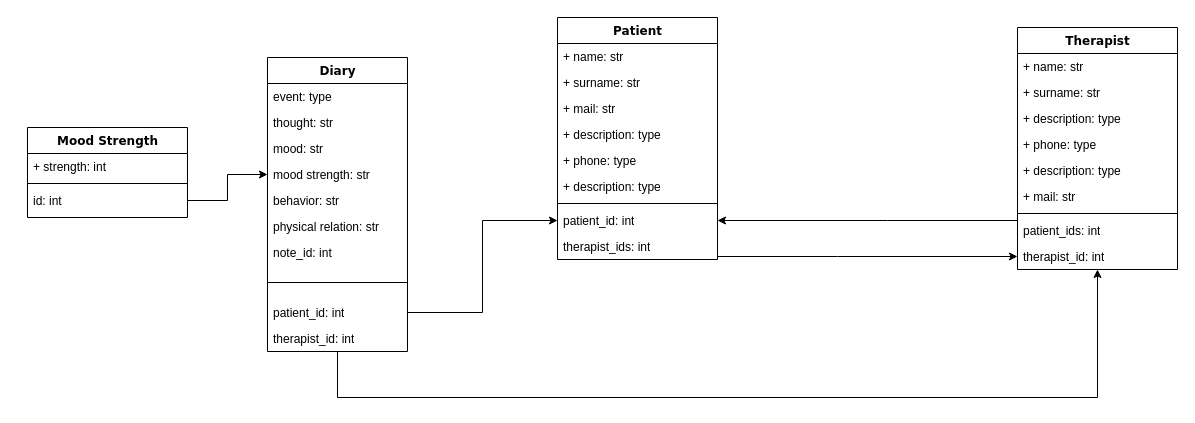
Before: Untitled Diagram.drawio in DmitryKutsev/mood-diary, a draw.io diagram. Source tidied: cells renumbered, new cells numbered last; positions are measured from the earlier drawing's top-left corner, leaving out a move shared by most shapes. Both pictures are drawn from the tidied source at 100%, with x=0, y=0 at pixel (27, 17).
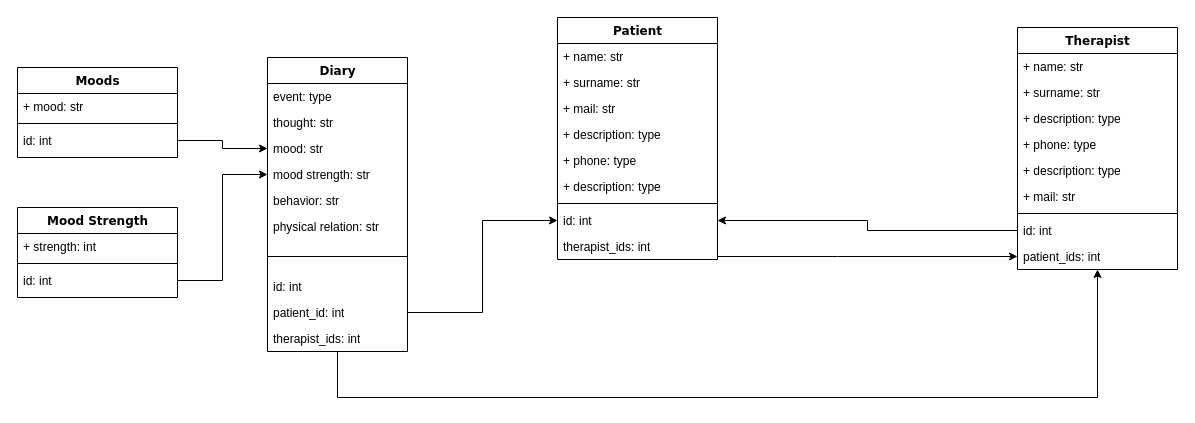
The same diagram, later.

Commit message:
Added Moods model and changed id fields

Unchanged cells that the change refers to:
```xml
<mxCell id="2" value="Diary" style="swimlane;html=1;fontStyle=1;align=center;verticalAlign=top;horizontal=1;startSize=26;swimlaneFillColor=#ffffff;rounded=0;shadow=0;comic=0;labelBackgroundColor=none;strokeWidth=1;fillColor=none;fontFamily=Verdana;fontSize=12;" parent="1" vertex="1">
  <mxGeometry x="240" y="40" width="140" height="294" as="geometry" />
</mxCell>
<mxCell id="5" value="mood: str" style="text;html=1;strokeColor=none;fillColor=none;align=left;verticalAlign=top;spacingLeft=4;spacingRight=4;whiteSpace=wrap;overflow=hidden;points=[[0,0.5],[1,0.5]];portConstraint=eastwest;" parent="2" vertex="1">
  <mxGeometry y="78" width="140" height="26" as="geometry" />
</mxCell>
<mxCell id="13" value="Patient" style="swimlane;html=1;fontStyle=1;align=center;verticalAlign=top;horizontal=1;startSize=26;swimlaneFillColor=#ffffff;rounded=0;shadow=0;comic=0;labelBackgroundColor=none;strokeWidth=1;fillColor=none;fontFamily=Verdana;fontSize=12;" parent="1" vertex="1">
  <mxGeometry x="530" width="160" height="242" as="geometry" />
</mxCell>
<mxCell id="22" value="therapist_ids: int" style="text;html=1;strokeColor=none;fillColor=none;align=left;verticalAlign=top;spacingLeft=4;spacingRight=4;whiteSpace=wrap;overflow=hidden;points=[[0,0.5],[1,0.5]];portConstraint=eastwest;" parent="13" vertex="1">
  <mxGeometry y="216" width="160" height="26" as="geometry" />
</mxCell>
<mxCell id="23" value="Therapist" style="swimlane;html=1;fontStyle=1;align=center;verticalAlign=top;horizontal=1;startSize=26;swimlaneFillColor=#ffffff;rounded=0;shadow=0;comic=0;labelBackgroundColor=none;strokeWidth=1;fillColor=none;fontFamily=Verdana;fontSize=12;" parent="1" vertex="1">
  <mxGeometry x="990" y="10" width="160" height="242" as="geometry" />
</mxCell>
```

The edit, as a diff of the source:
```diff
@@
-    <mxCell id="9" value="note_id: int" style="text;html=1;strokeColor=none;fillColor=none;align=left;verticalAlign=top;spacingLeft=4;spacingRight=4;whiteSpace=wrap;overflow=hidden;" parent="2" vertex="1">
-      <mxGeometry y="182" width="140" height="26" as="geometry" />
-    </mxCell>
     <mxCell id="10" style="line;html=1;strokeWidth=1;fillColor=none;align=left;verticalAlign=middle;spacingTop=-1;spacingLeft=3;spacingRight=3;labelPosition=right;" parent="2" vertex="1">
-      <mxGeometry y="208" width="140" height="34" as="geometry" />
+      <mxGeometry y="182" width="140" height="34" as="geometry" />
     </mxCell>
+    <mxCell id="43" value="id: int" style="text;html=1;strokeColor=none;fillColor=none;align=left;verticalAlign=top;spacingLeft=4;spacingRight=4;whiteSpace=wrap;overflow=hidden;" parent="2" vertex="1">
+      <mxGeometry y="216" width="140" height="26" as="geometry" />
+    </mxCell>
@@
-    <mxCell id="12" value="therapist_id: int" style="text;html=1;strokeColor=none;fillColor=none;align=left;verticalAlign=top;spacingLeft=4;spacingRight=4;whiteSpace=wrap;overflow=hidden;points=[[0,0.5],[1,0.5]];portConstraint=eastwest;" parent="2" vertex="1">
+    <mxCell id="12" value="therapist_ids: int" style="text;html=1;strokeColor=none;fillColor=none;align=left;verticalAlign=top;spacingLeft=4;spacingRight=4;whiteSpace=wrap;overflow=hidden;points=[[0,0.5],[1,0.5]];portConstraint=eastwest;" parent="2" vertex="1">
       <mxGeometry y="268" width="140" height="26" as="geometry" />
     </mxCell>
@@
-    <mxCell id="21" value="patient_id: int" style="text;html=1;strokeColor=none;fillColor=none;align=left;verticalAlign=top;spacingLeft=4;spacingRight=4;whiteSpace=wrap;overflow=hidden;points=[[0,0.5],[1,0.5]];portConstraint=eastwest;" parent="13" vertex="1">
+    <mxCell id="21" value="id: int" style="text;html=1;strokeColor=none;fillColor=none;align=left;verticalAlign=top;spacingLeft=4;spacingRight=4;whiteSpace=wrap;overflow=hidden;points=[[0,0.5],[1,0.5]];portConstraint=eastwest;" parent="13" vertex="1">
       <mxGeometry y="190" width="160" height="26" as="geometry" />
     </mxCell>
@@
+    <mxCell id="44" value="id: int" style="text;html=1;strokeColor=none;fillColor=none;align=left;verticalAlign=top;spacingLeft=4;spacingRight=4;whiteSpace=wrap;overflow=hidden;points=[[0,0.5],[1,0.5]];portConstraint=eastwest;" parent="23" vertex="1">
+      <mxGeometry y="190" width="160" height="26" as="geometry" />
+    </mxCell>
     <mxCell id="31" value="patient_ids: int" style="text;html=1;strokeColor=none;fillColor=none;align=left;verticalAlign=top;spacingLeft=4;spacingRight=4;whiteSpace=wrap;overflow=hidden;points=[[0,0.5],[1,0.5]];portConstraint=eastwest;" parent="23" vertex="1">
-      <mxGeometry y="190" width="160" height="26" as="geometry" />
+      <mxGeometry y="216" width="160" height="26" as="geometry" />
     </mxCell>
-    <mxCell id="32" value="therapist_id: int" style="text;html=1;strokeColor=none;fillColor=none;align=left;verticalAlign=top;spacingLeft=4;spacingRight=4;whiteSpace=wrap;overflow=hidden;points=[[0,0.5],[1,0.5]];portConstraint=eastwest;" parent="23" vertex="1">
-      <mxGeometry y="216" width="160" height="26" as="geometry" />
-    </mxCell>
@@
-    <mxCell id="34" style="edgeStyle=orthogonalEdgeStyle;rounded=0;jettySize=auto;html=1;" parent="1" edge="1" source="22" target="32">
+    <mxCell id="34" style="edgeStyle=orthogonalEdgeStyle;rounded=0;jettySize=auto;html=1;" parent="1" edge="1" source="22">
       <mxGeometry relative="1" as="geometry">
+        <mxPoint x="990" y="239" as="targetPoint" />
         <Array as="points">
           <mxPoint x="810" y="239" />
           <mxPoint x="810" y="239" />
         </Array>
       </mxGeometry>
     </mxCell>
@@
-    <mxCell id="36" style="edgeStyle=orthogonalEdgeStyle;rounded=0;jettySize=auto;html=1;" parent="1" edge="1" source="31" target="21">
-      <mxGeometry relative="1" as="geometry">
-        <Array as="points">
-          <mxPoint x="860" y="203" />
-          <mxPoint x="860" y="203" />
-        </Array>
-      </mxGeometry>
-    </mxCell>
-    <mxCell id="37" style="edgeStyle=orthogonalEdgeStyle;rounded=0;jettySize=auto;html=1;" parent="1" edge="1" source="12" target="32">
+    <mxCell id="37" style="edgeStyle=orthogonalEdgeStyle;rounded=0;jettySize=auto;html=1;" parent="1" edge="1" source="12">
       <mxGeometry relative="1" as="geometry">
+        <mxPoint x="1070" y="252" as="targetPoint" />
         <Array as="points">
           <mxPoint x="310" y="380" />
           <mxPoint x="1070" y="380" />
         </Array>
       </mxGeometry>
     </mxCell>
     <mxCell id="38" value="Mood Strength" style="swimlane;html=1;fontStyle=1;align=center;verticalAlign=top;horizontal=1;startSize=26;swimlaneFillColor=#ffffff;rounded=0;shadow=0;comic=0;labelBackgroundColor=none;strokeWidth=1;fillColor=none;fontFamily=Verdana;fontSize=12;" parent="1" vertex="1">
-      <mxGeometry y="110" width="160" height="90" as="geometry" />
+      <mxGeometry x="-10" y="190" width="160" height="90" as="geometry" />
     </mxCell>
@@
+    <mxCell id="45" value="Moods" style="swimlane;html=1;fontStyle=1;align=center;verticalAlign=top;horizontal=1;startSize=26;swimlaneFillColor=#ffffff;rounded=0;shadow=0;comic=0;labelBackgroundColor=none;strokeWidth=1;fillColor=none;fontFamily=Verdana;fontSize=12;" parent="1" vertex="1">
+      <mxGeometry x="-10" y="50" width="160" height="90" as="geometry" />
+    </mxCell>
+    <mxCell id="46" value="+ mood: str" style="text;html=1;strokeColor=none;fillColor=none;align=left;verticalAlign=top;spacingLeft=4;spacingRight=4;whiteSpace=wrap;overflow=hidden;" parent="45" vertex="1">
+      <mxGeometry y="26" width="160" height="26" as="geometry" />
+    </mxCell>
+    <mxCell id="47" style="line;html=1;strokeWidth=1;fillColor=none;align=left;verticalAlign=middle;spacingTop=-1;spacingLeft=3;spacingRight=3;labelPosition=right;" parent="45" vertex="1">
+      <mxGeometry y="52" width="160" height="8" as="geometry" />
+    </mxCell>
+    <mxCell id="48" value="id: int" style="text;html=1;strokeColor=none;fillColor=none;align=left;verticalAlign=top;spacingLeft=4;spacingRight=4;whiteSpace=wrap;overflow=hidden;points=[[0,0.5],[1,0.5]];portConstraint=eastwest;" parent="45" vertex="1">
+      <mxGeometry y="60" width="160" height="26" as="geometry" />
+    </mxCell>
+    <mxCell id="49" style="edgeStyle=orthogonalEdgeStyle;rounded=0;jettySize=auto;html=1;" parent="1" edge="1" source="48" target="5">
+      <mxGeometry relative="1" as="geometry" />
+    </mxCell>
+    <mxCell id="50" style="edgeStyle=orthogonalEdgeStyle;rounded=0;jettySize=auto;html=1;entryX=1;entryY=0.5;entryDx=0;entryDy=0;" parent="1" edge="1" source="44" target="21">
+      <mxGeometry relative="1" as="geometry" />
+    </mxCell>
```
